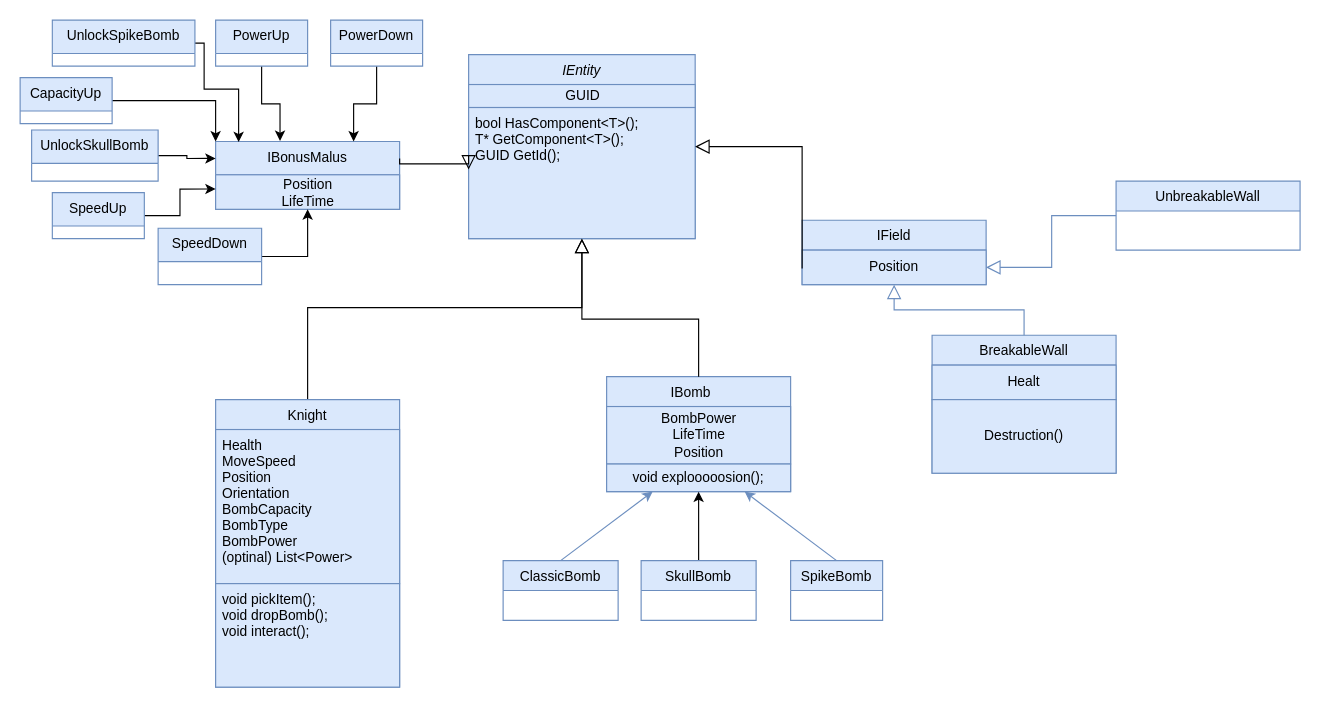
Above: page "Entity" (1 of 4) of UMLGeneralFramework.drawio in Kragoum/BomberKnight (draw.io), before the change. Source tidied: cells renumbered, new cells numbered last; positions are measured from the earlier drawing's top-left corner, leaving out a move shared by most shapes. Both pictures are drawn from the tidied source at 115%, with x=0, y=0 at pixel (20, 20).
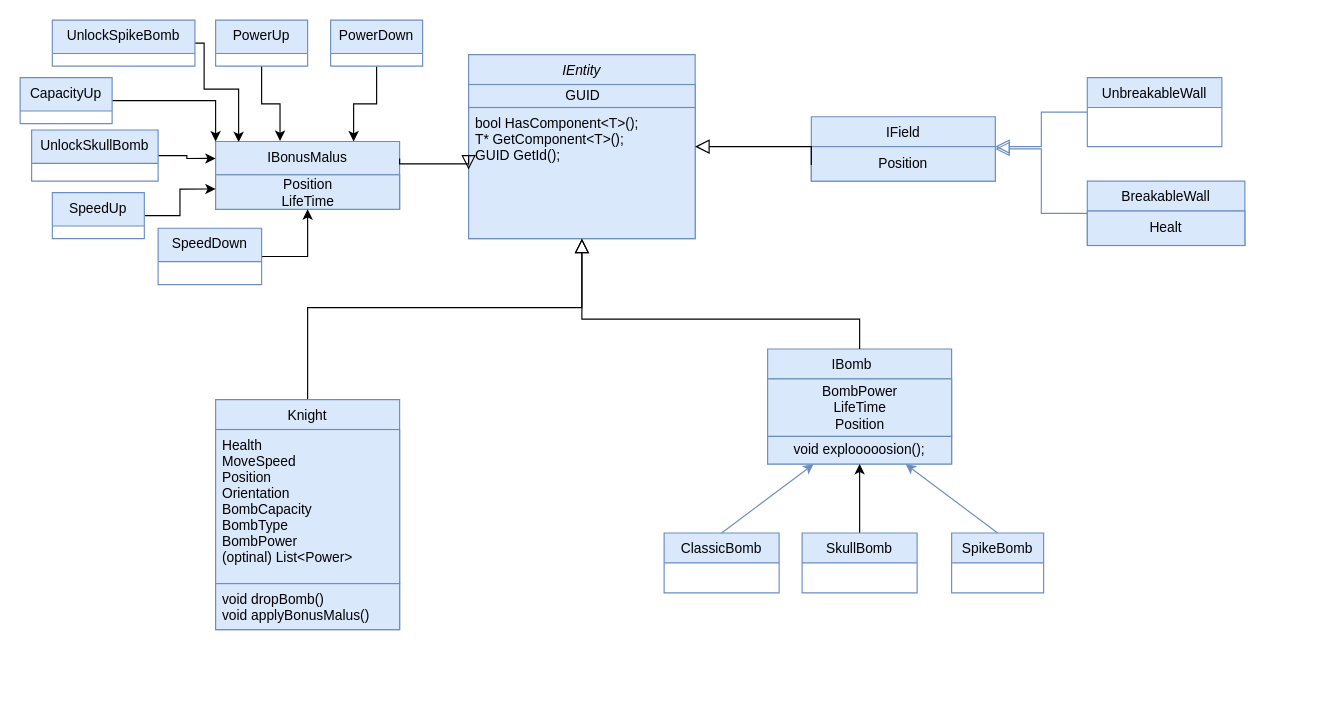
The same page after the edit.

Unchanged cells that the change refers to:
```xml
<mxCell id="7" value="Position" style="text;html=1;strokeColor=#6c8ebf;fillColor=#dae8fc;align=center;verticalAlign=middle;whiteSpace=wrap;rounded=0;" parent="6" vertex="1">
  <mxGeometry y="26" width="160" height="30" as="geometry" />
</mxCell>
```

What changed in the source:
```diff
@@
     <mxCell id="6" value="IField" style="swimlane;fontStyle=0;align=center;verticalAlign=top;horizontal=1;startSize=26;rounded=0;shadow=0;strokeWidth=1;fillColor=#dae8fc;strokeColor=#6c8ebf;" parent="1" vertex="1">
-      <mxGeometry x="680" y="174" width="160" height="56" as="geometry" />
+      <mxGeometry x="688" y="84" width="160" height="56" as="geometry" />
     </mxCell>
@@
     <mxCell id="9" value="BreakableWall" style="swimlane;fontStyle=0;align=center;verticalAlign=top;horizontal=1;startSize=26;rounded=0;shadow=0;strokeWidth=1;fillColor=#dae8fc;strokeColor=#6c8ebf;" parent="1" vertex="1">
-      <mxGeometry x="793" y="274" width="160" height="120" as="geometry" />
+      <mxGeometry x="928" y="140" width="137" height="56" as="geometry" />
     </mxCell>
     <mxCell id="10" value="Healt" style="text;html=1;strokeColor=#6c8ebf;fillColor=#dae8fc;align=center;verticalAlign=middle;whiteSpace=wrap;rounded=0;" parent="9" vertex="1">
-      <mxGeometry y="26" width="160" height="30" as="geometry" />
+      <mxGeometry y="26" width="137" height="30" as="geometry" />
     </mxCell>
-    <mxCell id="11" value="Destruction()" style="text;html=1;strokeColor=#6c8ebf;fillColor=#dae8fc;align=center;verticalAlign=middle;whiteSpace=wrap;rounded=0;" parent="9" vertex="1">
-      <mxGeometry y="56" width="160" height="64" as="geometry" />
-    </mxCell>
     <mxCell id="12" value="UnbreakableWall" style="swimlane;fontStyle=0;align=center;verticalAlign=top;horizontal=1;startSize=26;rounded=0;shadow=0;strokeWidth=1;fillColor=#dae8fc;strokeColor=#6c8ebf;" parent="1" vertex="1">
-      <mxGeometry x="953" y="140" width="160" height="60" as="geometry" />
+      <mxGeometry x="928" y="50" width="117" height="60" as="geometry" />
     </mxCell>
-    <mxCell id="13" style="endArrow=block;endSize=10;endFill=0;shadow=0;strokeWidth=1;rounded=0;edgeStyle=elbowEdgeStyle;elbow=vertical;entryX=0.5;entryY=1;entryDx=0;entryDy=0;fillColor=#dae8fc;strokeColor=#6c8ebf;" parent="1" edge="1" source="9" target="6">
+    <mxCell id="13" style="endArrow=block;endSize=10;endFill=0;shadow=0;strokeWidth=1;rounded=0;edgeStyle=elbowEdgeStyle;elbow=vertical;entryX=1;entryY=0.5;entryDx=0;entryDy=0;fillColor=#dae8fc;strokeColor=#6c8ebf;" parent="1" edge="1" source="9" target="6">
       <mxGeometry relative="1" as="geometry" />
     </mxCell>
-    <mxCell id="14" style="endArrow=block;endSize=10;endFill=0;shadow=0;strokeWidth=1;rounded=0;edgeStyle=elbowEdgeStyle;elbow=vertical;fillColor=#dae8fc;strokeColor=#6c8ebf;entryX=1;entryY=0.5;entryDx=0;entryDy=0;" parent="1" edge="1" source="12" target="7">
+    <mxCell id="14" style="endArrow=block;endSize=10;endFill=0;shadow=0;strokeWidth=1;rounded=0;edgeStyle=elbowEdgeStyle;elbow=vertical;fillColor=#dae8fc;strokeColor=#6c8ebf;entryX=1;entryY=0;entryDx=0;entryDy=0;" parent="1" edge="1" source="12" target="7">
       <mxGeometry relative="1" as="geometry" />
     </mxCell>
     <mxCell id="15" value="IBomb    " style="swimlane;fontStyle=0;align=center;verticalAlign=top;horizontal=1;startSize=26;rounded=0;shadow=0;strokeWidth=1;fillColor=#dae8fc;strokeColor=#6c8ebf;" parent="1" vertex="1">
-      <mxGeometry x="510" y="310" width="160" height="100" as="geometry" />
+      <mxGeometry x="650" y="286" width="160" height="100" as="geometry" />
     </mxCell>
@@
     <mxCell id="20" value="ClassicBomb" style="swimlane;fontStyle=0;align=center;verticalAlign=top;horizontal=1;startSize=26;rounded=0;shadow=0;strokeWidth=1;fillColor=#dae8fc;strokeColor=#6c8ebf;" parent="1" vertex="1">
-      <mxGeometry x="420" y="470" width="100" height="52" as="geometry" />
+      <mxGeometry x="560" y="446" width="100" height="52" as="geometry" />
     </mxCell>
     <mxCell id="21" value="SpikeBomb" style="swimlane;fontStyle=0;align=center;verticalAlign=top;horizontal=1;startSize=26;rounded=0;shadow=0;strokeWidth=1;fillColor=#dae8fc;strokeColor=#6c8ebf;" parent="1" vertex="1">
-      <mxGeometry x="670" y="470" width="80" height="52" as="geometry" />
+      <mxGeometry x="810" y="446" width="80" height="52" as="geometry" />
     </mxCell>
@@
     <mxCell id="25" value="SkullBomb" style="swimlane;fontStyle=0;align=center;verticalAlign=top;horizontal=1;startSize=26;rounded=0;shadow=0;strokeWidth=1;fillColor=#dae8fc;strokeColor=#6c8ebf;" parent="1" vertex="1">
-      <mxGeometry x="540" y="470" width="100" height="52" as="geometry" />
+      <mxGeometry x="680" y="446" width="100" height="52" as="geometry" />
     </mxCell>
     <mxCell id="26" value="Knight" style="swimlane;fontStyle=0;align=center;verticalAlign=top;horizontal=1;startSize=26;rounded=0;shadow=0;strokeWidth=1;fillColor=#dae8fc;strokeColor=#6c8ebf;" parent="1" vertex="1">
-      <mxGeometry x="170" y="330" width="160" height="250" as="geometry" />
+      <mxGeometry x="170" y="330" width="160" height="200" as="geometry" />
     </mxCell>
@@
-    <mxCell id="28" value="void pickItem();&#10;void dropBomb();&#10;void interact();&#10;" style="text;align=left;verticalAlign=top;spacingLeft=4;spacingRight=4;overflow=hidden;fillColor=#dae8fc;strokeColor=#6c8ebf;" parent="26" vertex="1">
-      <mxGeometry y="160" width="160" height="90" as="geometry" />
+    <mxCell id="28" value="void dropBomb()&#10;void applyBonusMalus()" style="text;align=left;verticalAlign=top;spacingLeft=4;spacingRight=4;overflow=hidden;fillColor=#dae8fc;strokeColor=#6c8ebf;" parent="26" vertex="1">
+      <mxGeometry y="160" width="160" height="40" as="geometry" />
     </mxCell>
```
